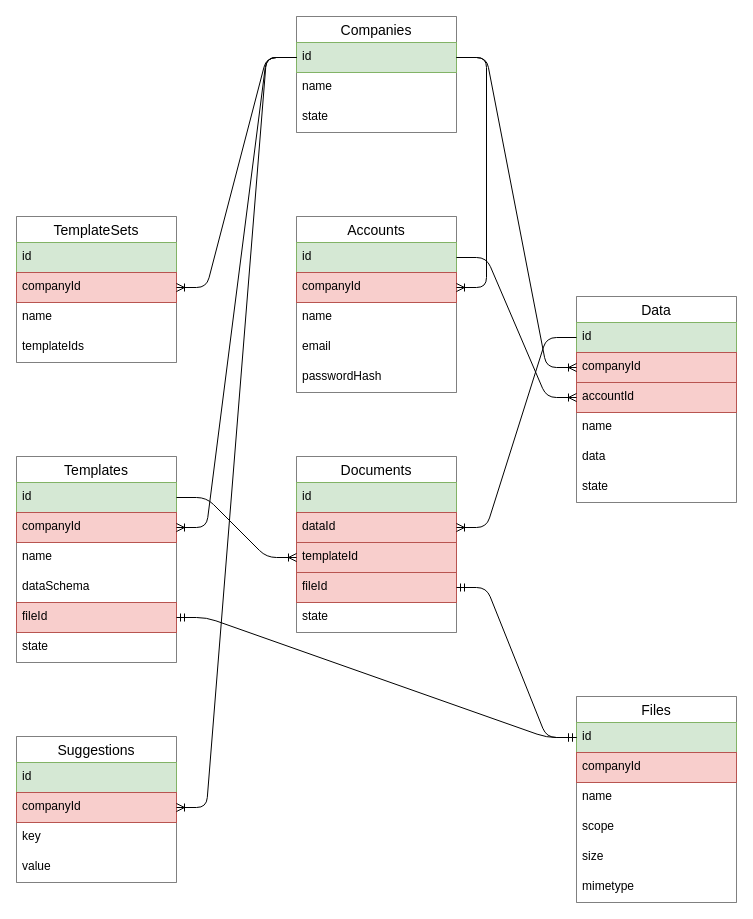
Earlier version of the draw.io diagram page "ERD" (2 of 2) of templar.drawio (Ansuz-Development/templar). Source tidied: cells renumbered, new cells numbered last; positions are measured from the earlier drawing's top-left corner, leaving out a move shared by most shapes. Both pictures are drawn from the tidied source at 100%, with x=0, y=0 at pixel (16, 16).
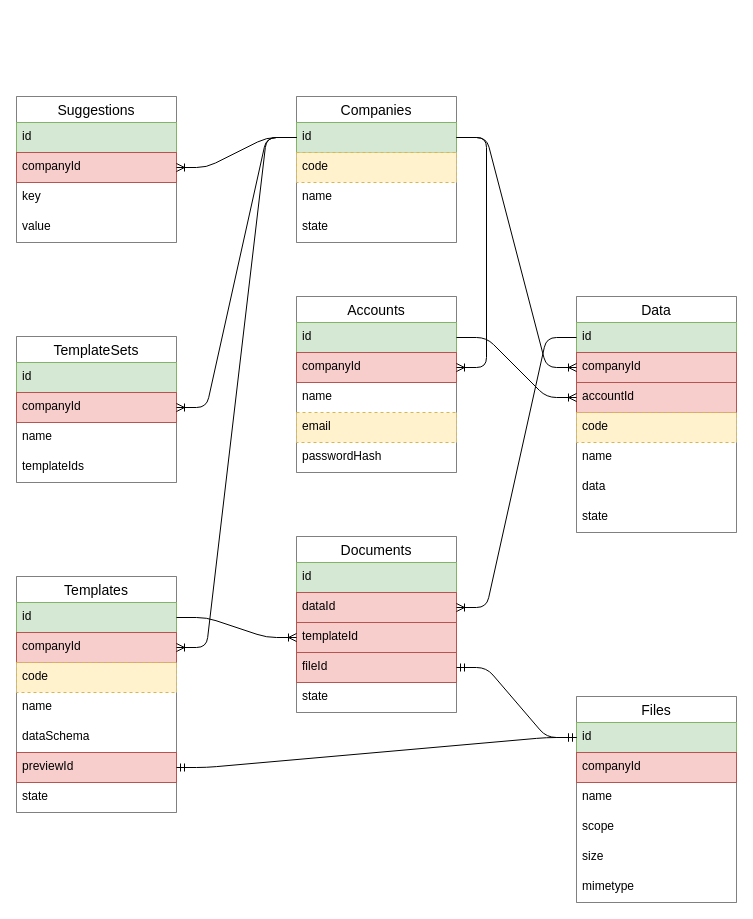
The same diagram, later.

Commit message (it also covers changes not shown here):
fix item schema

Diff of the diagram source:
```diff
@@
     <mxCell id="2" value="Data" style="swimlane;fontStyle=0;horizontal=1;startSize=26;align=center;fontSize=14;strokeColor=default;strokeWidth=0.5;" parent="1" vertex="1">
-      <mxGeometry x="560" y="280" width="160" height="206" as="geometry" />
+      <mxGeometry x="560" y="280" width="160" height="236" as="geometry" />
     </mxCell>
@@
+    <mxCell id="59" value="code" style="text;strokeColor=#d6b656;fillColor=#fff2cc;spacingLeft=4;spacingRight=4;overflow=hidden;fontSize=12;dashed=1;" parent="2" vertex="1">
+      <mxGeometry y="116" width="160" height="30" as="geometry" />
+    </mxCell>
     <mxCell id="6" value="name" style="text;strokeColor=none;fillColor=none;spacingLeft=4;spacingRight=4;overflow=hidden;fontSize=12;dashed=1;" parent="2" vertex="1">
-      <mxGeometry y="116" width="160" height="30" as="geometry" />
+      <mxGeometry y="146" width="160" height="30" as="geometry" />
     </mxCell>
     <mxCell id="7" value="data" style="text;strokeColor=none;fillColor=none;spacingLeft=4;spacingRight=4;overflow=hidden;fontSize=12;dashed=1;" parent="2" vertex="1">
-      <mxGeometry y="146" width="160" height="30" as="geometry" />
+      <mxGeometry y="176" width="160" height="30" as="geometry" />
     </mxCell>
     <mxCell id="8" value="state" style="text;strokeColor=none;fillColor=none;spacingLeft=4;spacingRight=4;overflow=hidden;fontSize=12;dashed=1;" parent="2" vertex="1">
-      <mxGeometry y="176" width="160" height="30" as="geometry" />
+      <mxGeometry y="206" width="160" height="30" as="geometry" />
     </mxCell>
     <mxCell id="9" value="TemplateSets" style="swimlane;fontStyle=0;horizontal=1;startSize=26;align=center;fontSize=14;strokeColor=default;strokeWidth=0.5;" parent="1" vertex="1">
-      <mxGeometry y="200" width="160" height="146" as="geometry" />
+      <mxGeometry y="320" width="160" height="146" as="geometry" />
     </mxCell>
@@
     <mxCell id="14" value="Templates" style="swimlane;fontStyle=0;horizontal=1;startSize=26;align=center;fontSize=14;strokeColor=default;strokeWidth=0.5;" parent="1" vertex="1">
-      <mxGeometry y="440" width="160" height="206" as="geometry" />
+      <mxGeometry y="560" width="160" height="236" as="geometry" />
     </mxCell>
@@
+    <mxCell id="60" value="code" style="text;strokeColor=#d6b656;fillColor=#fff2cc;spacingLeft=4;spacingRight=4;overflow=hidden;fontSize=12;dashed=1;" parent="14" vertex="1">
+      <mxGeometry y="86" width="160" height="30" as="geometry" />
+    </mxCell>
     <mxCell id="17" value="name" style="text;strokeColor=none;fillColor=none;spacingLeft=4;spacingRight=4;overflow=hidden;fontSize=12;dashed=1;" parent="14" vertex="1">
-      <mxGeometry y="86" width="160" height="30" as="geometry" />
+      <mxGeometry y="116" width="160" height="30" as="geometry" />
     </mxCell>
     <mxCell id="18" value="dataSchema" style="text;strokeColor=none;fillColor=none;spacingLeft=4;spacingRight=4;overflow=hidden;fontSize=12;dashed=1;" parent="14" vertex="1">
-      <mxGeometry y="116" width="160" height="30" as="geometry" />
+      <mxGeometry y="146" width="160" height="30" as="geometry" />
     </mxCell>
-    <mxCell id="19" value="fileId" style="text;strokeColor=#b85450;fillColor=#f8cecc;spacingLeft=4;spacingRight=4;overflow=hidden;points=[[0,0.5],[1,0.5]];portConstraint=eastwest;fontSize=12;" parent="14" vertex="1">
-      <mxGeometry y="146" width="160" height="30" as="geometry" />
+    <mxCell id="19" value="previewId" style="text;strokeColor=#b85450;fillColor=#f8cecc;spacingLeft=4;spacingRight=4;overflow=hidden;points=[[0,0.5],[1,0.5]];portConstraint=eastwest;fontSize=12;" parent="14" vertex="1">
+      <mxGeometry y="176" width="160" height="30" as="geometry" />
     </mxCell>
     <mxCell id="20" value="state" style="text;strokeColor=none;fillColor=none;spacingLeft=4;spacingRight=4;overflow=hidden;fontSize=12;dashed=1;" parent="14" vertex="1">
-      <mxGeometry y="176" width="160" height="30" as="geometry" />
+      <mxGeometry y="206" width="160" height="30" as="geometry" />
     </mxCell>
     <mxCell id="21" value="Documents" style="swimlane;fontStyle=0;horizontal=1;startSize=26;align=center;fontSize=14;strokeColor=default;strokeWidth=0.5;" parent="1" vertex="1">
-      <mxGeometry x="280" y="440" width="160" height="176" as="geometry" />
+      <mxGeometry x="280" y="520" width="160" height="176" as="geometry" />
     </mxCell>
@@
     <mxCell id="36" value="Companies" style="swimlane;fontStyle=0;horizontal=1;startSize=26;align=center;fontSize=14;strokeColor=default;strokeWidth=0.5;" parent="1" vertex="1">
-      <mxGeometry x="280" width="160" height="116" as="geometry" />
+      <mxGeometry x="280" y="80" width="160" height="146" as="geometry" />
     </mxCell>
@@
+    <mxCell id="61" value="code" style="text;strokeColor=#d6b656;fillColor=#fff2cc;spacingLeft=4;spacingRight=4;overflow=hidden;fontSize=12;dashed=1;" parent="36" vertex="1">
+      <mxGeometry y="56" width="160" height="30" as="geometry" />
+    </mxCell>
     <mxCell id="38" value="name" style="text;strokeColor=none;fillColor=none;spacingLeft=4;spacingRight=4;overflow=hidden;fontSize=12;dashed=1;" parent="36" vertex="1">
-      <mxGeometry y="56" width="160" height="30" as="geometry" />
+      <mxGeometry y="86" width="160" height="30" as="geometry" />
     </mxCell>
     <mxCell id="39" value="state" style="text;strokeColor=none;fillColor=none;spacingLeft=4;spacingRight=4;overflow=hidden;fontSize=12;dashed=1;" parent="36" vertex="1">
-      <mxGeometry y="86" width="160" height="30" as="geometry" />
+      <mxGeometry y="116" width="160" height="30" as="geometry" />
     </mxCell>
     <mxCell id="40" value="Accounts" style="swimlane;fontStyle=0;horizontal=1;startSize=26;align=center;fontSize=14;strokeColor=default;strokeWidth=0.5;" parent="1" vertex="1">
-      <mxGeometry x="280" y="200" width="160" height="176" as="geometry" />
+      <mxGeometry x="280" y="280" width="160" height="176" as="geometry" />
     </mxCell>
@@
-    <mxCell id="44" value="email" style="text;strokeColor=none;fillColor=none;spacingLeft=4;spacingRight=4;overflow=hidden;fontSize=12;dashed=1;" parent="40" vertex="1">
+    <mxCell id="44" value="email" style="text;strokeColor=#d6b656;fillColor=#fff2cc;spacingLeft=4;spacingRight=4;overflow=hidden;fontSize=12;dashed=1;" parent="40" vertex="1">
       <mxGeometry y="116" width="160" height="30" as="geometry" />
     </mxCell>
@@
     <mxCell id="51" value="Suggestions" style="swimlane;fontStyle=0;horizontal=1;startSize=26;align=center;fontSize=14;strokeColor=default;strokeWidth=0.5;" parent="1" vertex="1">
-      <mxGeometry y="720" width="160" height="146" as="geometry" />
+      <mxGeometry y="80" width="160" height="146" as="geometry" />
     </mxCell>
```
